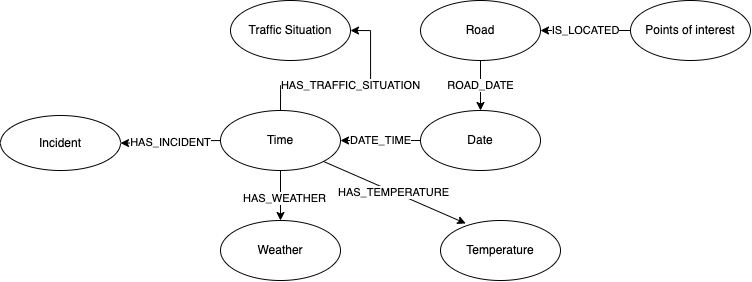
Before: documents/ontology_graphic/ontology.png, a diagram exported from draw.io (yikaiyang/SS22-Knowledge-Graph). Source tidied: cells renumbered, new cells last; positions are measured from the earlier drawing's top-left corner, leaving out a move shared by most shapes. Source of this version:
```xml
<mxGraphModel>
  <root>
    <mxCell id="0" />
    <mxCell id="1" parent="0" />
    <mxCell id="2" value="DATE_TIME" style="edgeStyle=orthogonalEdgeStyle;rounded=0;jettySize=auto;html=1;exitX=0;exitY=0.5;exitDx=0;exitDy=0;entryX=1;entryY=0.5;entryDx=0;entryDy=0;" parent="1" edge="1" source="3" target="13">
      <mxGeometry relative="1" as="geometry" />
    </mxCell>
    <mxCell id="3" value="Date" style="ellipse;whiteSpace=wrap;html=1;" parent="1" vertex="1">
      <mxGeometry x="420" y="110" width="120" height="60" as="geometry" />
    </mxCell>
    <mxCell id="4" value="ROAD_DATE" style="edgeStyle=orthogonalEdgeStyle;rounded=0;jettySize=auto;html=1;entryX=0.5;entryY=0;entryDx=0;entryDy=0;" parent="1" edge="1" source="5" target="3">
      <mxGeometry relative="1" as="geometry" />
    </mxCell>
    <mxCell id="5" value="Road" style="ellipse;whiteSpace=wrap;html=1;" parent="1" vertex="1">
      <mxGeometry x="420" width="120" height="60" as="geometry" />
    </mxCell>
    <mxCell id="6" value="IS_LOCATED" style="edgeStyle=orthogonalEdgeStyle;rounded=0;jettySize=auto;html=1;entryX=1;entryY=0.5;entryDx=0;entryDy=0;" parent="1" edge="1" source="7" target="5">
      <mxGeometry relative="1" as="geometry" />
    </mxCell>
    <mxCell id="7" value="Points of interest" style="ellipse;whiteSpace=wrap;html=1;" parent="1" vertex="1">
      <mxGeometry x="630" width="120" height="60" as="geometry" />
    </mxCell>
    <mxCell id="8" value="HAS_TRAFFIC_SITUATION" style="edgeStyle=orthogonalEdgeStyle;rounded=0;jettySize=auto;html=1;entryX=1;entryY=0.5;entryDx=0;entryDy=0;" parent="1" edge="1" source="13" target="14">
      <mxGeometry relative="1" as="geometry" />
    </mxCell>
    <mxCell id="9" style="edgeStyle=orthogonalEdgeStyle;rounded=0;jettySize=auto;html=1;entryX=0.5;entryY=0;entryDx=0;entryDy=0;" parent="1" edge="1" source="13" target="15">
      <mxGeometry relative="1" as="geometry" />
    </mxCell>
    <mxCell id="10" value="HAS_WEATHER" style="edgeLabel;html=1;align=center;verticalAlign=middle;" parent="9" vertex="1">
      <mxGeometry x="0.08" y="3" relative="1" as="geometry" />
    </mxCell>
    <mxCell id="11" style="edgeStyle=orthogonalEdgeStyle;rounded=0;jettySize=auto;html=1;" parent="1" edge="1" source="13" target="16">
      <mxGeometry relative="1" as="geometry" />
    </mxCell>
    <mxCell id="12" value="HAS_INCIDENT" style="edgeLabel;html=1;align=center;verticalAlign=middle;" parent="11" vertex="1">
      <mxGeometry y="-1" relative="1" as="geometry" />
    </mxCell>
    <mxCell id="13" value="Time" style="ellipse;whiteSpace=wrap;html=1;" parent="1" vertex="1">
      <mxGeometry x="220" y="110" width="120" height="60" as="geometry" />
    </mxCell>
    <mxCell id="14" value="Traffic Situation" style="ellipse;whiteSpace=wrap;html=1;" parent="1" vertex="1">
      <mxGeometry x="230" width="120" height="60" as="geometry" />
    </mxCell>
    <mxCell id="15" value="Weather" style="ellipse;whiteSpace=wrap;html=1;" parent="1" vertex="1">
      <mxGeometry x="220" y="220" width="120" height="60" as="geometry" />
    </mxCell>
    <mxCell id="16" value="Incident&lt;br&gt;" style="ellipse;whiteSpace=wrap;html=1;" parent="1" vertex="1">
      <mxGeometry y="115" width="120" height="55" as="geometry" />
    </mxCell>
    <mxCell id="17" value="Temperature" style="ellipse;whiteSpace=wrap;html=1;" parent="1" vertex="1">
      <mxGeometry x="440" y="220" width="120" height="60" as="geometry" />
    </mxCell>
    <mxCell id="18" value="HAS_TEMPERATURE" style="endArrow=classic;html=1;rounded=0;exitX=1;exitY=1;exitDx=0;exitDy=0;entryX=0.21;entryY=0.049;entryDx=0;entryDy=0;entryPerimeter=0;" parent="1" edge="1" source="13" target="17">
      <mxGeometry relative="1" as="geometry" />
    </mxCell>
  </root>
</mxGraphModel>
```
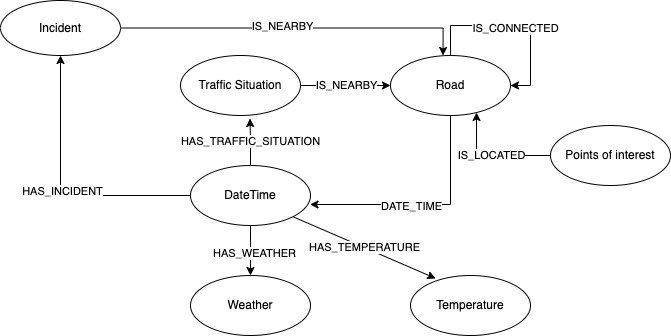
Later version of the same file.

The edit, as a diff of the source:
```diff
@@ -2,27 +2,27 @@
   <root>
     <mxCell id="0" />
     <mxCell id="1" parent="0" />
+    <mxCell id="19" style="edgeStyle=orthogonalEdgeStyle;rounded=0;jettySize=auto;html=1;entryX=0.996;entryY=0.65;entryDx=0;entryDy=0;entryPerimeter=0;" parent="1" edge="1" source="5" target="13">
+      <mxGeometry relative="1" as="geometry">
+        <Array as="points">
+          <mxPoint x="480" y="149" />
+        </Array>
+      </mxGeometry>
+    </mxCell>
-    <mxCell id="2" value="DATE_TIME" style="edgeStyle=orthogonalEdgeStyle;rounded=0;jettySize=auto;html=1;exitX=0;exitY=0.5;exitDx=0;exitDy=0;entryX=1;entryY=0.5;entryDx=0;entryDy=0;" parent="1" edge="1" source="3" target="13">
-      <mxGeometry relative="1" as="geometry" />
+    <mxCell id="2" value="DATE_TIME" style="edgeLabel;html=1;align=center;verticalAlign=middle;" parent="19" vertex="1">
+      <mxGeometry x="0.09" y="2" relative="1" as="geometry">
+        <mxPoint x="-3" y="-1" as="offset" />
+      </mxGeometry>
     </mxCell>
-    <mxCell id="3" value="Date" style="ellipse;whiteSpace=wrap;html=1;" parent="1" vertex="1">
-      <mxGeometry x="420" y="110" width="120" height="60" as="geometry" />
-    </mxCell>
-    <mxCell id="4" value="ROAD_DATE" style="edgeStyle=orthogonalEdgeStyle;rounded=0;jettySize=auto;html=1;entryX=0.5;entryY=0;entryDx=0;entryDy=0;" parent="1" edge="1" source="5" target="3">
-      <mxGeometry relative="1" as="geometry" />
-    </mxCell>
     <mxCell id="5" value="Road" style="ellipse;whiteSpace=wrap;html=1;" parent="1" vertex="1">
       <mxGeometry x="420" width="120" height="60" as="geometry" />
     </mxCell>
-    <mxCell id="6" value="IS_LOCATED" style="edgeStyle=orthogonalEdgeStyle;rounded=0;jettySize=auto;html=1;entryX=1;entryY=0.5;entryDx=0;entryDy=0;" parent="1" edge="1" source="7" target="5">
+    <mxCell id="6" value="IS_LOCATED" style="edgeStyle=orthogonalEdgeStyle;rounded=0;jettySize=auto;html=1;entryX=0.717;entryY=0.95;entryDx=0;entryDy=0;entryPerimeter=0;" parent="1" edge="1" source="7" target="5">
       <mxGeometry relative="1" as="geometry" />
     </mxCell>
     <mxCell id="7" value="Points of interest" style="ellipse;whiteSpace=wrap;html=1;" parent="1" vertex="1">
-      <mxGeometry x="630" width="120" height="60" as="geometry" />
+      <mxGeometry x="580" y="70" width="120" height="60" as="geometry" />
     </mxCell>
-    <mxCell id="8" value="HAS_TRAFFIC_SITUATION" style="edgeStyle=orthogonalEdgeStyle;rounded=0;jettySize=auto;html=1;entryX=1;entryY=0.5;entryDx=0;entryDy=0;" parent="1" edge="1" source="13" target="14">
-      <mxGeometry relative="1" as="geometry" />
-    </mxCell>
     <mxCell id="9" style="edgeStyle=orthogonalEdgeStyle;rounded=0;jettySize=auto;html=1;entryX=0.5;entryY=0;entryDx=0;entryDy=0;" parent="1" edge="1" source="13" target="15">
       <mxGeometry relative="1" as="geometry" />
     </mxCell>
@@ -35,17 +35,34 @@
     <mxCell id="12" value="HAS_INCIDENT" style="edgeLabel;html=1;align=center;verticalAlign=middle;" parent="11" vertex="1">
       <mxGeometry y="-1" relative="1" as="geometry" />
     </mxCell>
+    <mxCell id="8" value="HAS_TRAFFIC_SITUATION" style="edgeStyle=orthogonalEdgeStyle;rounded=0;jettySize=auto;html=1;entryX=0.579;entryY=1.05;entryDx=0;entryDy=0;entryPerimeter=0;" parent="1" edge="1" source="13" target="14">
+      <mxGeometry relative="1" as="geometry" />
+    </mxCell>
-    <mxCell id="13" value="Time" style="ellipse;whiteSpace=wrap;html=1;" parent="1" vertex="1">
+    <mxCell id="13" value="DateTime" style="ellipse;whiteSpace=wrap;html=1;" parent="1" vertex="1">
       <mxGeometry x="220" y="110" width="120" height="60" as="geometry" />
     </mxCell>
+    <mxCell id="20" style="edgeStyle=orthogonalEdgeStyle;rounded=0;jettySize=auto;html=1;" parent="1" edge="1" source="14" target="5">
+      <mxGeometry relative="1" as="geometry" />
+    </mxCell>
+    <mxCell id="21" value="IS_NEARBY" style="edgeLabel;html=1;align=center;verticalAlign=middle;" parent="20" vertex="1">
+      <mxGeometry x="-0.01" y="1" relative="1" as="geometry" />
+    </mxCell>
     <mxCell id="14" value="Traffic Situation" style="ellipse;whiteSpace=wrap;html=1;" parent="1" vertex="1">
-      <mxGeometry x="230" width="120" height="60" as="geometry" />
+      <mxGeometry x="210" width="120" height="60" as="geometry" />
     </mxCell>
     <mxCell id="15" value="Weather" style="ellipse;whiteSpace=wrap;html=1;" parent="1" vertex="1">
       <mxGeometry x="220" y="220" width="120" height="60" as="geometry" />
     </mxCell>
+    <mxCell id="22" style="edgeStyle=orthogonalEdgeStyle;rounded=0;jettySize=auto;html=1;entryX=0.438;entryY=0;entryDx=0;entryDy=0;entryPerimeter=0;" parent="1" edge="1" source="16" target="5">
+      <mxGeometry relative="1" as="geometry" />
+    </mxCell>
+    <mxCell id="23" value="IS_NEARBY" style="edgeLabel;html=1;align=center;verticalAlign=middle;" parent="22" vertex="1">
+      <mxGeometry x="-0.08" y="3" relative="1" as="geometry">
+        <mxPoint y="1" as="offset" />
+      </mxGeometry>
+    </mxCell>
     <mxCell id="16" value="Incident&lt;br&gt;" style="ellipse;whiteSpace=wrap;html=1;" parent="1" vertex="1">
-      <mxGeometry y="115" width="120" height="55" as="geometry" />
+      <mxGeometry x="30" y="-55" width="120" height="55" as="geometry" />
     </mxCell>
     <mxCell id="17" value="Temperature" style="ellipse;whiteSpace=wrap;html=1;" parent="1" vertex="1">
       <mxGeometry x="440" y="220" width="120" height="60" as="geometry" />
@@ -53,5 +70,17 @@
     <mxCell id="18" value="HAS_TEMPERATURE" style="endArrow=classic;html=1;rounded=0;exitX=1;exitY=1;exitDx=0;exitDy=0;entryX=0.21;entryY=0.049;entryDx=0;entryDy=0;entryPerimeter=0;" parent="1" edge="1" source="13" target="17">
       <mxGeometry relative="1" as="geometry" />
     </mxCell>
+    <mxCell id="24" style="edgeStyle=orthogonalEdgeStyle;rounded=0;orthogonalLoop=1;jettySize=auto;html=1;entryX=1;entryY=0.5;entryDx=0;entryDy=0;" parent="1" edge="1" source="5" target="5">
+      <mxGeometry relative="1" as="geometry">
+        <Array as="points">
+          <mxPoint x="480" y="-30" />
+          <mxPoint x="560" y="-30" />
+          <mxPoint x="560" y="30" />
+        </Array>
+      </mxGeometry>
+    </mxCell>
+    <mxCell id="25" value="IS_CONNECTED" style="edgeLabel;html=1;align=center;verticalAlign=middle;" parent="24" vertex="1">
+      <mxGeometry x="-0.01" y="-2" relative="1" as="geometry" />
+    </mxCell>
   </root>
 </mxGraphModel>
```
